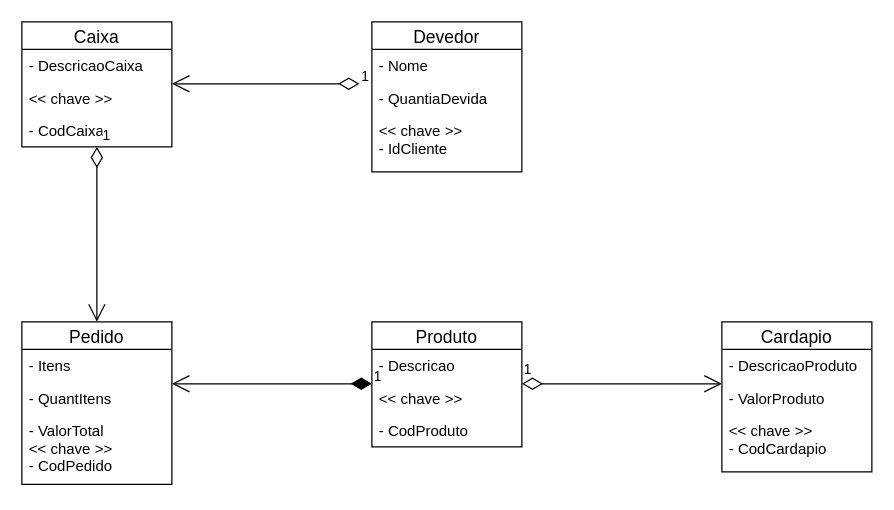
Darienzo08/ope_ads keeps this draw.io diagram as docs/artefatos-15-23/ATENDIMENTO/Modelo_Conceitual.drawio. Above is the earlier version. Source tidied: cells renumbered, new cells numbered last; positions are measured from the earlier drawing's top-left corner, leaving out a move shared by most shapes. Both pictures are drawn from the tidied source at 125%, with x=0, y=0 at pixel (21, 21).
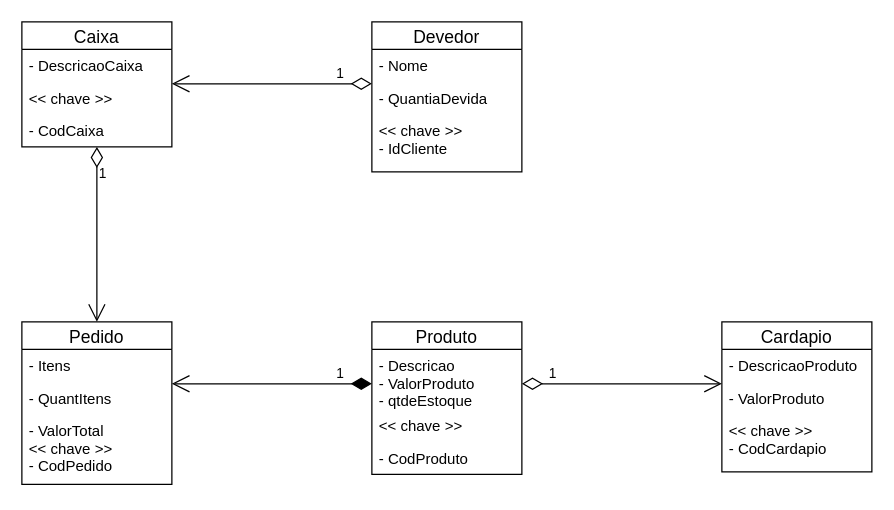
Above is the later version.

The change refers to these unchanged cells:
```xml
<mxCell id="6" value="Pedido" style="swimlane;fontStyle=0;horizontal=1;startSize=22;align=center;fontSize=14;" parent="1" vertex="1">
  <mxGeometry y="240" width="120" height="130" as="geometry" />
</mxCell>
<mxCell id="13" value="- CodCaixa" style="text;strokeColor=none;fillColor=none;spacingLeft=4;spacingRight=4;overflow=hidden;points=[[0,0.5],[1,0.5]];portConstraint=eastwest;fontSize=12;" parent="10" vertex="1">
  <mxGeometry y="74" width="120" height="26" as="geometry" />
</mxCell>
<mxCell id="16" value="- QuantiaDevida" style="text;strokeColor=none;fillColor=none;spacingLeft=4;spacingRight=4;overflow=hidden;points=[[0,0.5],[1,0.5]];portConstraint=eastwest;fontSize=12;" parent="14" vertex="1">
  <mxGeometry y="48" width="120" height="26" as="geometry" />
</mxCell>
```

Diff of the diagram source:
```diff
@@
     <mxCell id="18" value="Produto" style="swimlane;fontStyle=0;horizontal=1;startSize=22;align=center;fontSize=14;" parent="1" vertex="1">
-      <mxGeometry x="280" y="240" width="120" height="100" as="geometry" />
+      <mxGeometry x="280" y="240" width="120" height="122" as="geometry" />
     </mxCell>
-    <mxCell id="19" value="- Descricao" style="text;strokeColor=none;fillColor=none;spacingLeft=4;spacingRight=4;overflow=hidden;fontSize=12;" parent="18" vertex="1">
-      <mxGeometry y="22" width="120" height="26" as="geometry" />
+    <mxCell id="19" value="- Descricao&#10;- ValorProduto&#10;- qtdeEstoque" style="text;strokeColor=none;fillColor=none;spacingLeft=4;spacingRight=4;overflow=hidden;fontSize=12;" parent="18" vertex="1">
+      <mxGeometry y="22" width="120" height="48" as="geometry" />
     </mxCell>
     <mxCell id="20" value="&lt;&lt; chave &gt;&gt;" style="text;strokeColor=none;fillColor=none;spacingLeft=4;spacingRight=4;overflow=hidden;fontSize=12;" parent="18" vertex="1">
-      <mxGeometry y="48" width="120" height="26" as="geometry" />
+      <mxGeometry y="70" width="120" height="26" as="geometry" />
     </mxCell>
     <mxCell id="21" value="- CodProduto" style="text;strokeColor=none;fillColor=none;spacingLeft=4;spacingRight=4;overflow=hidden;fontSize=12;" parent="18" vertex="1">
-      <mxGeometry y="74" width="120" height="26" as="geometry" />
+      <mxGeometry y="96" width="120" height="26" as="geometry" />
     </mxCell>
     <mxCell id="22" value="1" style="endArrow=open;html=1;endSize=12;startArrow=diamondThin;startSize=14;startFill=0;edgeStyle=orthogonalEdgeStyle;align=left;verticalAlign=bottom;" parent="1" edge="1">
-      <mxGeometry x="-1" y="3" relative="1" as="geometry">
+      <mxGeometry x="-0.75" relative="1" as="geometry">
         <mxPoint x="400" y="289.5" as="sourcePoint" />
         <mxPoint x="560" y="289.5" as="targetPoint" />
       </mxGeometry>
     </mxCell>
     <mxCell id="23" value="1" style="endArrow=open;html=1;endSize=12;startArrow=diamondThin;startSize=14;startFill=1;edgeStyle=orthogonalEdgeStyle;align=left;verticalAlign=bottom;" parent="1" edge="1">
-      <mxGeometry x="-1" y="3" relative="1" as="geometry">
+      <mxGeometry x="-0.62" relative="1" as="geometry">
         <mxPoint x="280" y="289.5" as="sourcePoint" />
         <mxPoint x="120" y="289.5" as="targetPoint" />
       </mxGeometry>
     </mxCell>
     <mxCell id="24" value="1" style="endArrow=open;html=1;endSize=12;startArrow=diamondThin;startSize=14;startFill=0;edgeStyle=orthogonalEdgeStyle;align=left;verticalAlign=bottom;entryX=0.5;entryY=0;entryDx=0;entryDy=0;exitX=0.5;exitY=1;exitDx=0;exitDy=0;exitPerimeter=0;" parent="1" edge="1" source="13" target="6">
-      <mxGeometry x="-1" y="3" relative="1" as="geometry" />
+      <mxGeometry x="-0.57" relative="1" as="geometry" />
     </mxCell>
-    <mxCell id="25" value="1" style="endArrow=open;html=1;endSize=12;startArrow=diamondThin;startSize=14;startFill=0;edgeStyle=orthogonalEdgeStyle;align=left;verticalAlign=bottom;" parent="1" edge="1">
-      <mxGeometry x="-1" y="3" relative="1" as="geometry">
-        <mxPoint x="270" y="49.5" as="sourcePoint" />
+    <mxCell id="25" value="1" style="endArrow=open;html=1;endSize=12;startArrow=diamondThin;startSize=14;startFill=0;edgeStyle=orthogonalEdgeStyle;align=left;verticalAlign=bottom;exitX=0;exitY=0.058;exitDx=0;exitDy=0;exitPerimeter=0;" parent="1" edge="1" source="16">
+      <mxGeometry x="-0.62" relative="1" as="geometry">
         <mxPoint x="120" y="49.5" as="targetPoint" />
       </mxGeometry>
     </mxCell>
```
